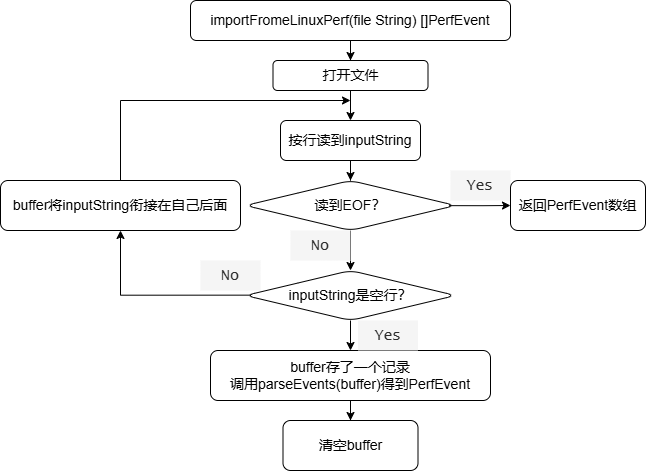
Above: importfromperf.drawio.png in Dong-J93/os_pic2024 (draw.io), before the change. Source tidied: cells renumbered, new cells last; positions are measured from the earlier drawing's top-left corner, leaving out a move shared by most shapes.
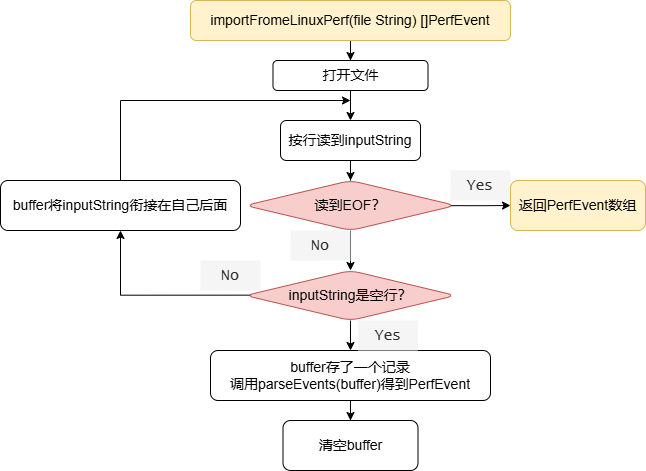
After the commit.

What changed in the source:
```diff
@@ -5,7 +5,7 @@
     <mxCell id="2" style="edgeStyle=orthogonalEdgeStyle;rounded=0;jettySize=auto;html=1;" parent="1" edge="1" source="3" target="19">
       <mxGeometry relative="1" as="geometry" />
     </mxCell>
-    <mxCell id="3" value="&lt;font style=&quot;font-size: 14px;&quot;&gt;importFromeLinuxPerf(file String) []PerfEvent&lt;/font&gt;" style="rounded=1;whiteSpace=wrap;html=1;fillColor=none;" parent="1" vertex="1">
+    <mxCell id="3" value="&lt;font style=&quot;font-size: 14px;&quot;&gt;importFromeLinuxPerf(file String) []PerfEvent&lt;/font&gt;" style="rounded=1;whiteSpace=wrap;html=1;fillColor=#fff2cc;strokeColor=#d6b656;" parent="1" vertex="1">
       <mxGeometry x="190" width="320" height="40" as="geometry" />
     </mxCell>
     <mxCell id="4" style="edgeStyle=orthogonalEdgeStyle;rounded=0;jettySize=auto;html=1;entryX=0.5;entryY=0;entryDx=0;entryDy=0;" parent="1" edge="1" source="5" target="16">
@@ -38,13 +38,13 @@
     <mxCell id="13" style="edgeStyle=orthogonalEdgeStyle;rounded=0;jettySize=auto;html=1;exitX=0.025;exitY=0.493;exitDx=0;exitDy=0;entryX=0.5;entryY=1;entryDx=0;entryDy=0;exitPerimeter=0;" parent="1" edge="1" source="14" target="23">
       <mxGeometry relative="1" as="geometry" />
     </mxCell>
-    <mxCell id="14" value="&lt;font style=&quot;font-size: 14px;&quot;&gt;inputString是空行？&lt;/font&gt;" style="rhombus;whiteSpace=wrap;html=1;fillColor=none;rounded=1;" parent="1" vertex="1">
+    <mxCell id="14" value="&lt;font style=&quot;font-size: 14px;&quot;&gt;inputString是空行？&lt;/font&gt;" style="rhombus;whiteSpace=wrap;html=1;fillColor=#f8cecc;rounded=1;strokeColor=#b85450;" parent="1" vertex="1">
       <mxGeometry x="245" y="270" width="210" height="50" as="geometry" />
     </mxCell>
     <mxCell id="15" style="edgeStyle=orthogonalEdgeStyle;rounded=0;jettySize=auto;html=1;exitX=0.97;exitY=0.503;exitDx=0;exitDy=0;exitPerimeter=0;" parent="1" edge="1" source="16" target="21">
       <mxGeometry relative="1" as="geometry" />
     </mxCell>
-    <mxCell id="16" value="&lt;font style=&quot;font-size: 14px;&quot;&gt;读到EOF？&lt;/font&gt;" style="rhombus;whiteSpace=wrap;html=1;fillColor=none;rounded=1;" parent="1" vertex="1">
+    <mxCell id="16" value="&lt;font style=&quot;font-size: 14px;&quot;&gt;读到EOF？&lt;/font&gt;" style="rhombus;whiteSpace=wrap;html=1;fillColor=#f8cecc;rounded=1;strokeColor=#b85450;" parent="1" vertex="1">
       <mxGeometry x="245" y="180" width="210" height="50" as="geometry" />
     </mxCell>
     <mxCell id="17" value="&lt;font face=&quot;Lucida Console&quot; color=&quot;#2e2e2e&quot;&gt;&lt;span style=&quot;font-size: 15px;&quot;&gt;No&lt;/span&gt;&lt;/font&gt;" style="text;html=1;align=center;verticalAlign=middle;whiteSpace=wrap;rounded=0;fontColor=#333333;fillColor=#f5f5f5;strokeColor=none;" parent="1" vertex="1">
@@ -59,7 +59,7 @@
     <mxCell id="20" value="&lt;font face=&quot;Lucida Console&quot; color=&quot;#2e2e2e&quot;&gt;&lt;span style=&quot;font-size: 15px;&quot;&gt;Yes&lt;/span&gt;&lt;/font&gt;" style="text;html=1;align=center;verticalAlign=middle;whiteSpace=wrap;rounded=0;fontColor=#333333;fillColor=#f5f5f5;strokeColor=none;" parent="1" vertex="1">
       <mxGeometry x="357.5" y="320" width="60" height="30" as="geometry" />
     </mxCell>
-    <mxCell id="21" value="&lt;pre&gt;&lt;font face=&quot;Helvetica&quot; style=&quot;font-size: 14px;&quot;&gt;返回PerfEvent数组&lt;/font&gt;&lt;/pre&gt;" style="rounded=1;whiteSpace=wrap;html=1;fillColor=none;" parent="1" vertex="1">
+    <mxCell id="21" value="&lt;pre&gt;&lt;font face=&quot;Helvetica&quot; style=&quot;font-size: 14px;&quot;&gt;返回PerfEvent数组&lt;/font&gt;&lt;/pre&gt;" style="rounded=1;whiteSpace=wrap;html=1;fillColor=#fff2cc;strokeColor=#d6b656;" parent="1" vertex="1">
       <mxGeometry x="510" y="180" width="135" height="50" as="geometry" />
     </mxCell>
     <mxCell id="22" style="edgeStyle=orthogonalEdgeStyle;rounded=0;jettySize=auto;html=1;exitX=0.5;exitY=0;exitDx=0;exitDy=0;" parent="1" edge="1" source="23">
```
